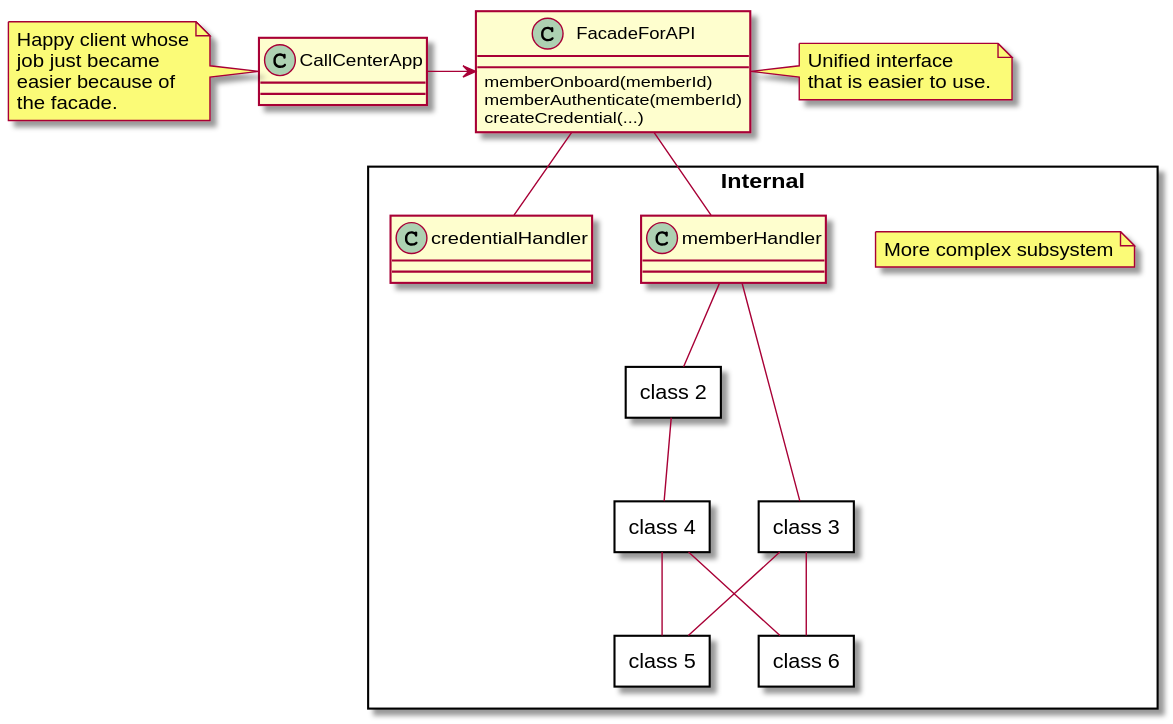
peacekeeper/CULedger.IdentityAPI keeps this PlantUML diagram as puml/earlyclassdiag.svg. Above is the earlier version.
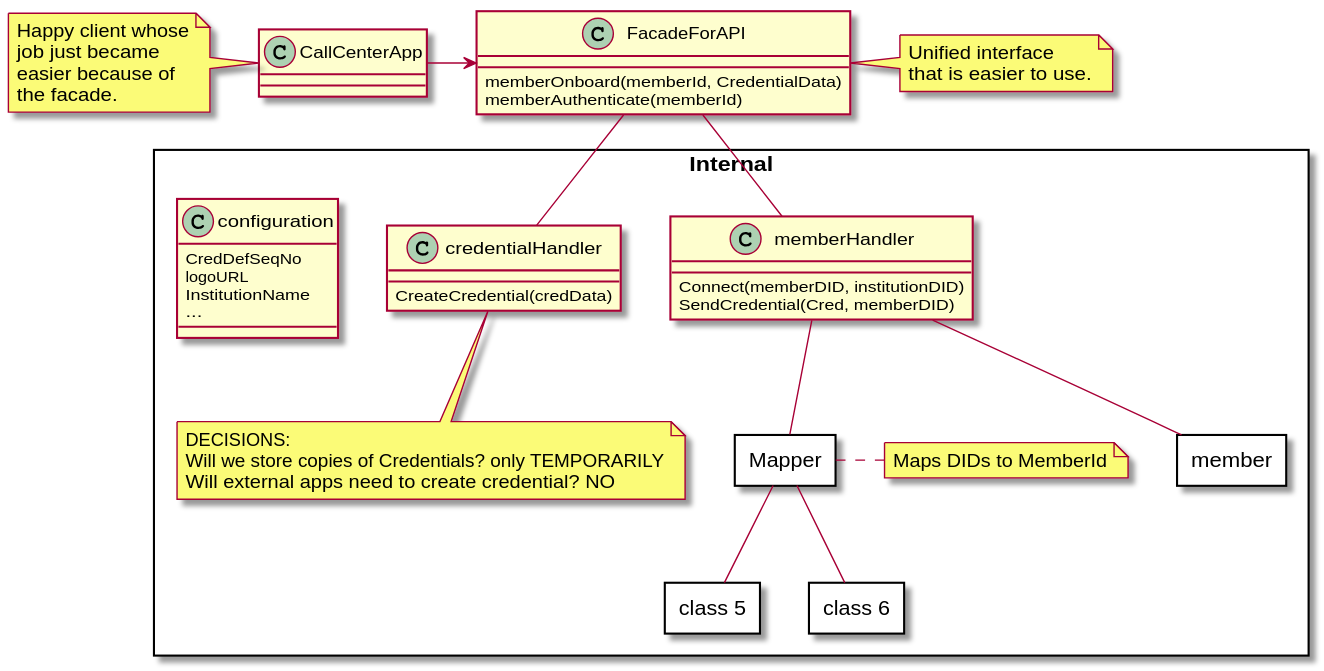
Above is the later version.

Commit message:
class updates - done for now.

The edit, as a diff of the source:
```diff
@@ -1,51 +1,64 @@
 @startuml
 class CallCenterApp
 class FacadeForAPI {
-  {method} memberOnboard(memberId)
+  {method} memberOnboard(memberId, CredentialData)
   {method} memberAuthenticate(memberId)
-  {method} createCredential(...)
+}
 
-}
 CallCenterApp -> FacadeForAPI
 
 package "Internal" <<rectangle>> {
 
-note "More complex subsystem" as n1
+  FacadeForAPI -- "memberHandler"
+  FacadeForAPI -- "credentialHandler"
 
-FacadeForAPI -- "memberHandler"
-FacadeForAPI -- "credentialHandler"
+  class memberHandler {
+    {method} Connect(memberDID, institutionDID)
+    {method} SendCredential(Cred, memberDID)
+  }
 
-class memberHandler {
+  class "credentialHandler" {
+    {method} CreateCredential(credData)
 
+  }
+
+  class "configuration" {
+    {field} CredDefSeqNo
+    {field} logoURL
+    {field} InstitutionName
+    {field} ...
+
+  }
+
+  package "member" <<rectangle>> {
+  }
+
+  package "Mapper" <<rectangle>> {
+  }
+
+
+  package "class 5" <<rectangle>> {
+  }
+
+  package "class 6" <<rectangle>> {
+  }
+
+  "memberHandler" -- "member"
+  "memberHandler" -- "Mapper"
+  "Mapper" -- "class 5"
+  "Mapper" -- "class 6"
+  note right of Mapper
+    Maps DIDs to MemberId
+  end note
+
+
+  note bottom of credentialHandler
+   DECISIONS:
+   Will we store copies of Credentials? only TEMPORARILY
+   Will external apps need to create credential? NO
+  end note
 }
 
-class "credentialHandler" {
-
-}
-
-package "class 2" <<rectangle>> {
-}
-
-package "class 3" <<rectangle>> {
-}
-
-package "class 4" <<rectangle>> {
-}
-
-package "class 5" <<rectangle>> {
-}
-
-package "class 6" <<rectangle>> {
-}
-
-"memberHandler" -- "class 2"
-"memberHandler" -- "class 3"
-"class 2" -- "class 4"
-"class 3" -- "class 5"
-"class 3" -- "class 6"
-"class 4" -- "class 5"
-"class 4" -- "class 6"
-}
 
 note left of CallCenterApp
   Happy client whose
```
